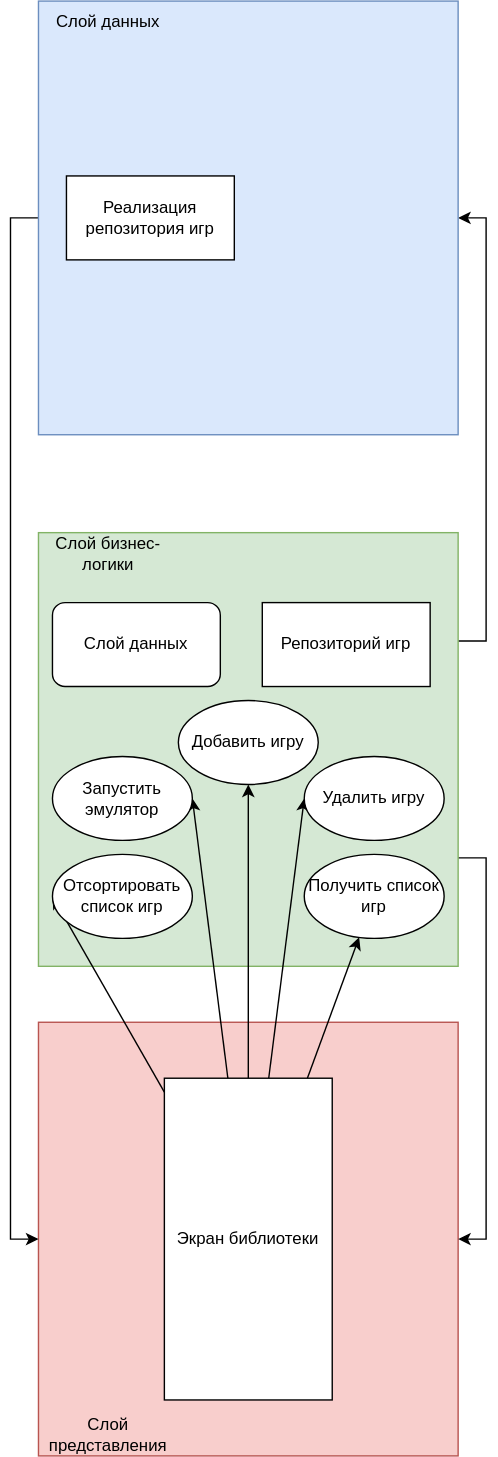
Earlier version of the draw.io export graphs/library.svg (AkvaLin/iES). Source tidied: cells renumbered, new cells last; positions are measured from the earlier drawing's top-left corner, leaving out a move shared by most shapes.
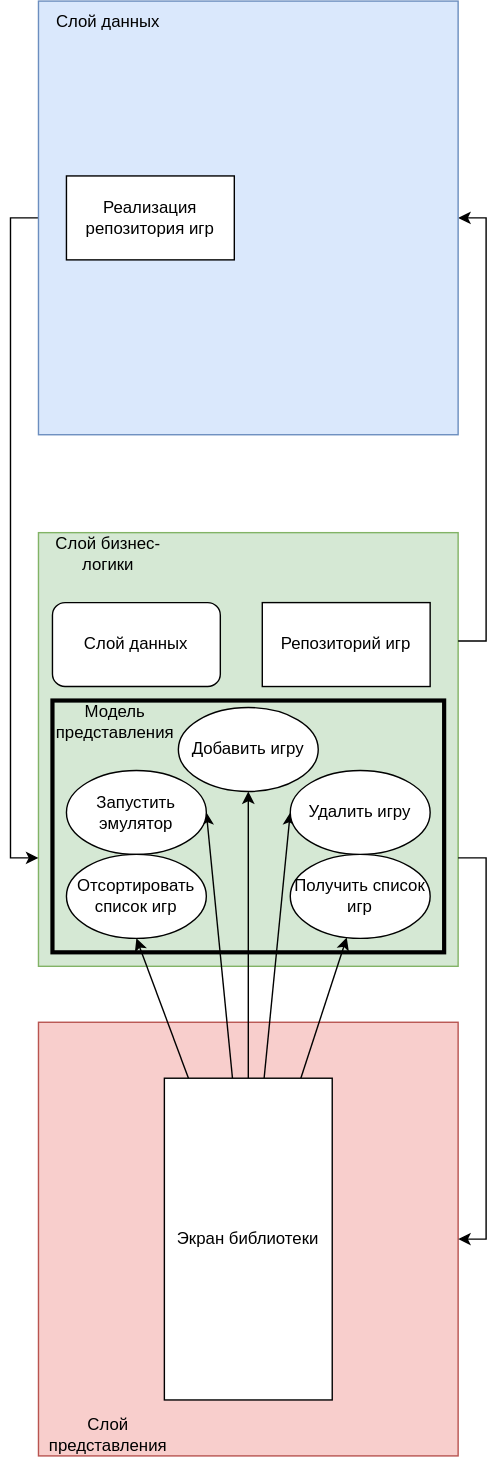
After the commit.

The edit, as a diff of the source:
```diff
@@ -2,6 +2,15 @@
   <root>
     <mxCell id="0" />
     <mxCell id="1" parent="0" />
+    <mxCell id="5" style="rounded=0;whiteSpace=wrap;html=1;fillColor=#d5e8d4;strokeColor=#82b366;fillStyle=auto;" parent="1" vertex="1">
+      <mxGeometry y="380" width="300" height="310" as="geometry" />
+    </mxCell>
+    <mxCell id="25" style="rounded=0;whiteSpace=wrap;html=1;fillColor=none;strokeWidth=3;" parent="1" vertex="1">
+      <mxGeometry x="10" y="500" width="280" height="180" as="geometry" />
+    </mxCell>
+    <mxCell id="26" value="Модель представления" style="text;html=1;align=center;verticalAlign=middle;whiteSpace=wrap;rounded=0;" parent="1" vertex="1">
+      <mxGeometry x="10" y="500" width="90" height="30" as="geometry" />
+    </mxCell>
     <mxCell id="2" style="rounded=0;whiteSpace=wrap;html=1;fillColor=#f8cecc;strokeColor=#b85450;" parent="1" vertex="1">
       <mxGeometry y="730" width="300" height="310" as="geometry" />
     </mxCell>
@@ -11,9 +20,6 @@
     <mxCell id="4" style="edgeStyle=orthogonalEdgeStyle;rounded=0;jettySize=auto;html=1;exitX=1;exitY=0.75;exitDx=0;exitDy=0;entryX=1;entryY=0.5;entryDx=0;entryDy=0;" parent="1" edge="1" source="5" target="2">
       <mxGeometry relative="1" as="geometry" />
     </mxCell>
-    <mxCell id="5" style="rounded=0;whiteSpace=wrap;html=1;fillColor=#d5e8d4;strokeColor=#82b366;fillStyle=auto;" parent="1" vertex="1">
-      <mxGeometry y="380" width="300" height="310" as="geometry" />
-    </mxCell>
     <mxCell id="6" value="Слой представления" style="text;html=1;align=center;verticalAlign=middle;whiteSpace=wrap;rounded=0;" parent="1" vertex="1">
       <mxGeometry y="1010" width="100" height="30" as="geometry" />
     </mxCell>
@@ -23,7 +29,7 @@
     <mxCell id="8" value="Слой данных" style="rounded=1;whiteSpace=wrap;html=1;" parent="1" vertex="1">
       <mxGeometry x="10" y="430" width="120" height="60" as="geometry" />
     </mxCell>
-    <mxCell id="9" style="edgeStyle=orthogonalEdgeStyle;rounded=0;jettySize=auto;html=1;exitX=0;exitY=0.5;exitDx=0;exitDy=0;entryX=0;entryY=0.5;entryDx=0;entryDy=0;" parent="1" edge="1" source="10" target="2">
+    <mxCell id="9" style="edgeStyle=orthogonalEdgeStyle;rounded=0;jettySize=auto;html=1;exitX=0;exitY=0.5;exitDx=0;exitDy=0;entryX=0;entryY=0.75;entryDx=0;entryDy=0;" parent="1" edge="1" source="10" target="5">
       <mxGeometry relative="1" as="geometry" />
     </mxCell>
     <mxCell id="10" style="rounded=0;whiteSpace=wrap;html=1;fillColor=#dae8fc;strokeColor=#6c8ebf;fillStyle=auto;" parent="1" vertex="1">
@@ -38,9 +44,6 @@
     <mxCell id="13" value="Реализация репозитория игр" style="rounded=0;whiteSpace=wrap;html=1;" parent="1" vertex="1">
       <mxGeometry x="20" y="125" width="120" height="60" as="geometry" />
     </mxCell>
-    <mxCell id="14" style="rounded=0;jettySize=auto;html=1;entryX=0;entryY=0.5;entryDx=0;entryDy=0;" parent="1" edge="1" source="19" target="22">
-      <mxGeometry relative="1" as="geometry" />
-    </mxCell>
     <mxCell id="15" style="rounded=0;jettySize=auto;html=1;entryX=1;entryY=0.5;entryDx=0;entryDy=0;" parent="1" edge="1" source="19" target="21">
       <mxGeometry relative="1" as="geometry" />
     </mxCell>
@@ -57,19 +60,22 @@
       <mxGeometry x="90" y="770" width="120" height="230" as="geometry" />
     </mxCell>
     <mxCell id="20" value="Получить список игр" style="ellipse;whiteSpace=wrap;html=1;" parent="1" vertex="1">
-      <mxGeometry x="190" y="610" width="100" height="60" as="geometry" />
+      <mxGeometry x="180" y="610" width="100" height="60" as="geometry" />
     </mxCell>
     <mxCell id="21" value="Запустить эмулятор" style="ellipse;whiteSpace=wrap;html=1;" parent="1" vertex="1">
-      <mxGeometry x="10" y="540" width="100" height="60" as="geometry" />
+      <mxGeometry x="20" y="550" width="100" height="60" as="geometry" />
     </mxCell>
     <mxCell id="22" value="Отсортировать список игр" style="ellipse;whiteSpace=wrap;html=1;" parent="1" vertex="1">
-      <mxGeometry x="10" y="610" width="100" height="60" as="geometry" />
+      <mxGeometry x="20" y="610" width="100" height="60" as="geometry" />
     </mxCell>
     <mxCell id="23" value="Добавить игру" style="ellipse;whiteSpace=wrap;html=1;" parent="1" vertex="1">
-      <mxGeometry x="100" y="500" width="100" height="60" as="geometry" />
+      <mxGeometry x="100" y="505" width="100" height="60" as="geometry" />
     </mxCell>
     <mxCell id="24" value="Удалить игру" style="ellipse;whiteSpace=wrap;html=1;" parent="1" vertex="1">
-      <mxGeometry x="190" y="540" width="100" height="60" as="geometry" />
+      <mxGeometry x="180" y="550" width="100" height="60" as="geometry" />
     </mxCell>
+    <mxCell id="14" style="rounded=0;jettySize=auto;html=1;entryX=0.5;entryY=1;entryDx=0;entryDy=0;" parent="1" edge="1" source="19" target="22">
+      <mxGeometry relative="1" as="geometry" />
+    </mxCell>
   </root>
 </mxGraphModel>
```
